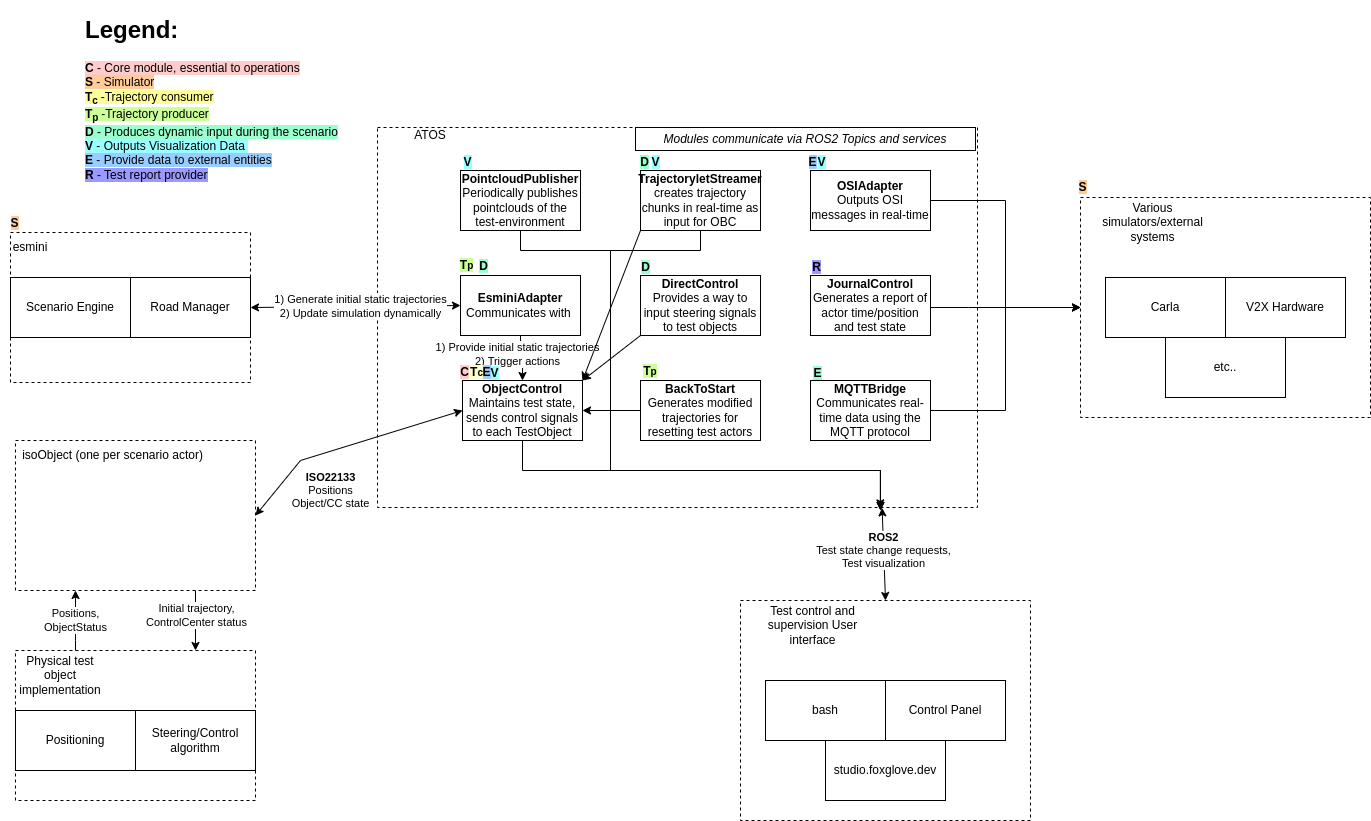
The draw.io diagram docs/ATOS_architecture.drawio.png in RI-SE/ATOS, before a commit. Source tidied: cells renumbered, new cells last; positions are measured from the earlier drawing's top-left corner, leaving out a move shared by most shapes.
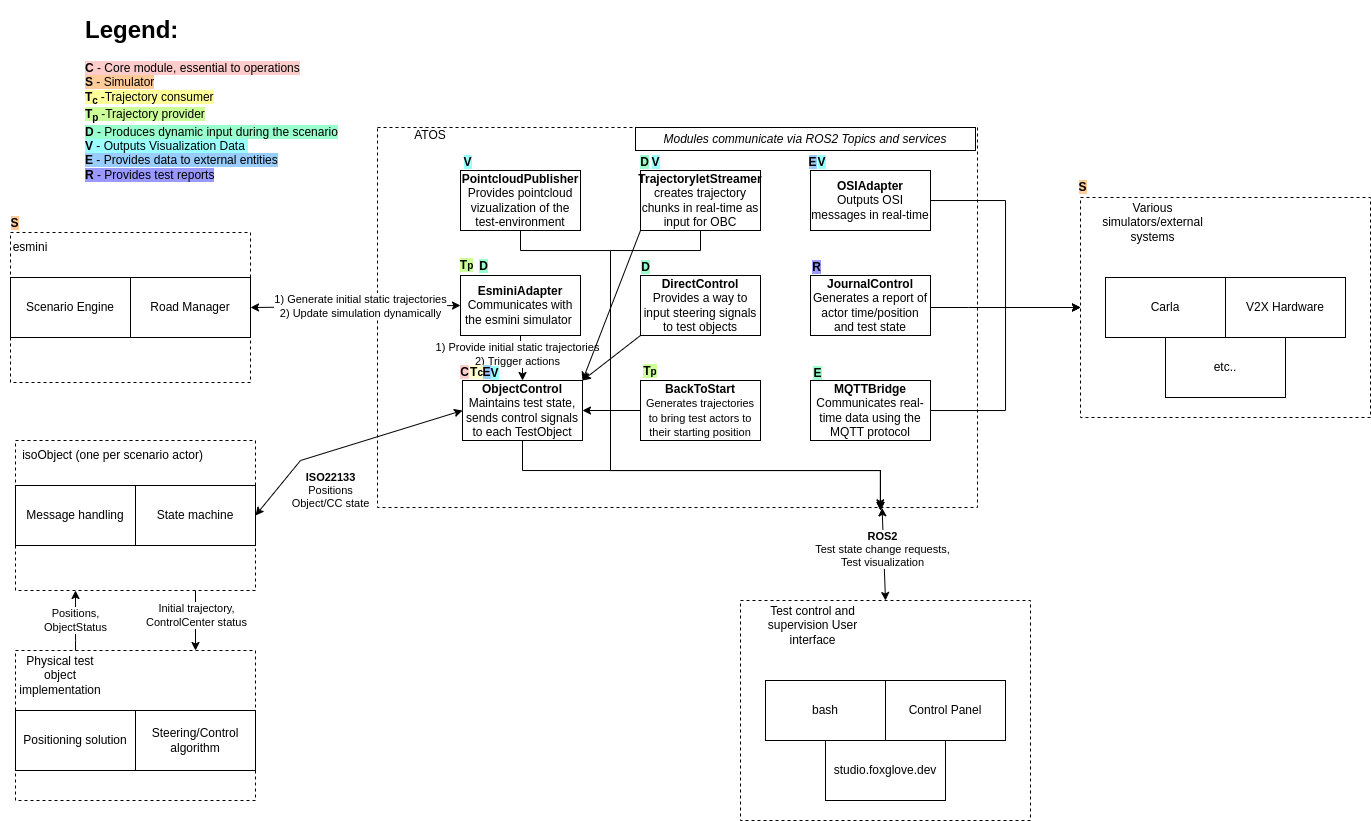
Above is the later version.

Commit message:
updated diagram according to feedback

Change to the diagram source:
```diff
@@ -2,7 +2,7 @@
   <root>
     <mxCell id="0" />
     <mxCell id="1" parent="0" />
-    <mxCell id="2" value="&lt;h1&gt;Legend:&lt;/h1&gt;&lt;div&gt;&lt;span style=&quot;background-color: rgb(255, 204, 204);&quot;&gt;&lt;b&gt;C&lt;/b&gt; - Core module, essential to operations&lt;/span&gt;&lt;/div&gt;&lt;div&gt;&lt;span style=&quot;background-color: rgb(255, 204, 153);&quot;&gt;&lt;b&gt;S&lt;/b&gt; - Simulator&lt;/span&gt;&lt;/div&gt;&lt;div&gt;&lt;span style=&quot;background-color: rgb(255, 255, 153);&quot;&gt;&lt;b&gt;T&lt;/b&gt;&lt;sub style=&quot;&quot;&gt;&lt;b&gt;c&lt;/b&gt; &lt;/sub&gt;-Trajectory consumer&lt;/span&gt;&lt;/div&gt;&lt;div&gt;&lt;span style=&quot;background-color: rgb(204, 255, 153);&quot;&gt;&lt;b&gt;T&lt;/b&gt;&lt;sub style=&quot;border-color: var(--border-color);&quot;&gt;&lt;b&gt;p&lt;/b&gt;&amp;nbsp;&lt;/sub&gt;&lt;span style=&quot;border-color: var(--border-color);&quot;&gt;-Trajectory producer&lt;/span&gt;&lt;/span&gt;&lt;/div&gt;&lt;div&gt;&lt;span style=&quot;border-color: var(--border-color); background-color: rgb(153, 255, 204);&quot;&gt;&lt;b&gt;D&lt;/b&gt; - Produces dynamic input during the scenario&lt;/span&gt;&lt;/div&gt;&lt;div&gt;&lt;span style=&quot;border-color: var(--border-color); background-color: rgb(153, 255, 255);&quot;&gt;&lt;b&gt;V&lt;/b&gt; - Outputs Visualization Data&amp;nbsp;&lt;/span&gt;&lt;/div&gt;&lt;div&gt;&lt;span style=&quot;background-color: rgb(153, 204, 255);&quot;&gt;&lt;b&gt;E&lt;/b&gt; - Provide data to external entities&lt;/span&gt;&lt;/div&gt;&lt;div&gt;&lt;span style=&quot;background-color: rgb(153, 153, 255);&quot;&gt;&lt;b style=&quot;&quot;&gt;R&lt;/b&gt;&amp;nbsp;- Test report provider&lt;/span&gt;&lt;/div&gt;" style="text;html=1;strokeColor=none;fillColor=none;spacing=5;spacingTop=-20;whiteSpace=wrap;overflow=hidden;rounded=0;" parent="1" vertex="1">
+    <mxCell id="2" value="&lt;h1&gt;Legend:&lt;/h1&gt;&lt;div&gt;&lt;span style=&quot;background-color: rgb(255, 204, 204);&quot;&gt;&lt;b&gt;C&lt;/b&gt; - Core module, essential to operations&lt;/span&gt;&lt;/div&gt;&lt;div&gt;&lt;span style=&quot;background-color: rgb(255, 204, 153);&quot;&gt;&lt;b&gt;S&lt;/b&gt; - Simulator&lt;/span&gt;&lt;/div&gt;&lt;div&gt;&lt;span style=&quot;background-color: rgb(255, 255, 153);&quot;&gt;&lt;b&gt;T&lt;/b&gt;&lt;sub style=&quot;&quot;&gt;&lt;b&gt;c&lt;/b&gt; &lt;/sub&gt;-Trajectory consumer&lt;/span&gt;&lt;/div&gt;&lt;div&gt;&lt;span style=&quot;background-color: rgb(204, 255, 153);&quot;&gt;&lt;b&gt;T&lt;/b&gt;&lt;sub style=&quot;border-color: var(--border-color);&quot;&gt;&lt;b&gt;p&lt;/b&gt;&amp;nbsp;&lt;/sub&gt;&lt;span style=&quot;border-color: var(--border-color);&quot;&gt;-Trajectory provider&lt;/span&gt;&lt;/span&gt;&lt;/div&gt;&lt;div&gt;&lt;span style=&quot;border-color: var(--border-color); background-color: rgb(153, 255, 204);&quot;&gt;&lt;b&gt;D&lt;/b&gt; - Produces dynamic input during the scenario&lt;/span&gt;&lt;/div&gt;&lt;div&gt;&lt;span style=&quot;border-color: var(--border-color); background-color: rgb(153, 255, 255);&quot;&gt;&lt;b&gt;V&lt;/b&gt; - Outputs Visualization Data&amp;nbsp;&lt;/span&gt;&lt;/div&gt;&lt;div&gt;&lt;span style=&quot;background-color: rgb(153, 204, 255);&quot;&gt;&lt;b&gt;E&lt;/b&gt; - Provides data to external entities&lt;/span&gt;&lt;/div&gt;&lt;div&gt;&lt;span style=&quot;background-color: rgb(153, 153, 255);&quot;&gt;&lt;b style=&quot;&quot;&gt;R&lt;/b&gt;&amp;nbsp;- Provides test reports&lt;/span&gt;&lt;/div&gt;" style="text;html=1;strokeColor=none;fillColor=none;spacing=5;spacingTop=-20;whiteSpace=wrap;overflow=hidden;rounded=0;" parent="1" vertex="1">
       <mxGeometry x="80" width="280" height="180" as="geometry" />
     </mxCell>
     <mxCell id="3" style="rounded=0;whiteSpace=wrap;html=1;fillColor=none;align=left;dashed=1;" parent="1" vertex="1">
@@ -64,7 +64,7 @@
     <mxCell id="18" value="1) Provide initial static trajectories&lt;br&gt;2) Trigger actions" style="edgeLabel;html=1;align=center;verticalAlign=middle;" parent="17" vertex="1">
       <mxGeometry x="-0.23" y="-3" relative="1" as="geometry" />
     </mxCell>
-    <mxCell id="19" value="&lt;b&gt;EsminiAdapter&lt;/b&gt;&lt;br&gt;Communicates with&amp;nbsp;" style="rounded=0;whiteSpace=wrap;html=1;" parent="1" vertex="1">
+    <mxCell id="19" value="&lt;b&gt;EsminiAdapter&lt;/b&gt;&lt;br&gt;Communicates with the esmini simulator&amp;nbsp;" style="rounded=0;whiteSpace=wrap;html=1;" parent="1" vertex="1">
       <mxGeometry x="460" y="265" width="120" height="60" as="geometry" />
     </mxCell>
     <mxCell id="20" style="endArrow=classic;startArrow=classic;html=1;rounded=0;entryX=0;entryY=0.5;entryDx=0;entryDy=0;exitX=1;exitY=0.5;exitDx=0;exitDy=0;" parent="1" edge="1" source="5" target="19">
@@ -90,7 +90,7 @@
     <mxCell id="26" style="edgeStyle=orthogonalEdgeStyle;rounded=0;jettySize=auto;html=1;" parent="1" edge="1" source="27" target="14">
       <mxGeometry relative="1" as="geometry" />
     </mxCell>
-    <mxCell id="27" value="&lt;b&gt;BackToStart&lt;/b&gt;&lt;br&gt;Generates modified trajectories for resetting test actors" style="rounded=0;whiteSpace=wrap;html=1;" parent="1" vertex="1">
+    <mxCell id="27" value="&lt;b&gt;BackToStart&lt;/b&gt;&lt;br&gt;&lt;font style=&quot;font-size: 11px;&quot;&gt;Generates trajectories to bring test actors to their starting position&lt;/font&gt;" style="rounded=0;whiteSpace=wrap;html=1;" parent="1" vertex="1">
       <mxGeometry x="640" y="370" width="120" height="60" as="geometry" />
     </mxCell>
     <mxCell id="28" value="&lt;span style=&quot;background-color: rgb(204, 255, 153);&quot;&gt;&lt;b&gt;T&lt;span style=&quot;font-size: 10px;&quot;&gt;p&lt;/span&gt;&lt;/b&gt;&lt;/span&gt;" style="text;html=1;strokeColor=none;fillColor=none;align=center;verticalAlign=middle;whiteSpace=wrap;rounded=0;" parent="1" vertex="1">
@@ -112,7 +112,7 @@
     <mxCell id="31" style="rounded=0;whiteSpace=wrap;html=1;dashed=1;gradientColor=default;fillColor=none;" parent="1" vertex="1">
       <mxGeometry x="15" y="640" width="240" height="150" as="geometry" />
     </mxCell>
-    <mxCell id="32" value="Positioning" style="rounded=0;whiteSpace=wrap;html=1;" parent="1" vertex="1">
+    <mxCell id="32" value="Positioning solution" style="rounded=0;whiteSpace=wrap;html=1;" parent="1" vertex="1">
       <mxGeometry x="15" y="700" width="120" height="60" as="geometry" />
     </mxCell>
     <mxCell id="33" value="Physical test object implementation" style="text;html=1;strokeColor=none;fillColor=none;align=center;verticalAlign=middle;whiteSpace=wrap;rounded=0;" parent="1" vertex="1">
@@ -193,7 +193,7 @@
         </Array>
       </mxGeometry>
     </mxCell>
-    <mxCell id="52" value="&lt;b&gt;PointcloudPublisher&lt;/b&gt;&lt;br&gt;Periodically publishes pointclouds of the test-environment" style="rounded=0;whiteSpace=wrap;html=1;" parent="1" vertex="1">
+    <mxCell id="52" value="&lt;b&gt;PointcloudPublisher&lt;/b&gt;&lt;br&gt;Provides pointcloud vizualization of the test-environment" style="rounded=0;whiteSpace=wrap;html=1;" parent="1" vertex="1">
       <mxGeometry x="460" y="160" width="120" height="60" as="geometry" />
     </mxCell>
     <mxCell id="53" value="&lt;span style=&quot;background-color: rgb(153, 255, 204);&quot;&gt;&lt;b&gt;D&lt;/b&gt;&lt;/span&gt;" style="text;html=1;strokeColor=none;fillColor=none;align=center;verticalAlign=middle;whiteSpace=wrap;rounded=0;" parent="1" vertex="1">
@@ -258,5 +258,11 @@
     <mxCell id="72" style="endArrow=classic;html=1;rounded=0;entryX=1;entryY=0;entryDx=0;entryDy=0;exitX=0;exitY=1;exitDx=0;exitDy=0;" parent="1" edge="1" source="50" target="14">
       <mxGeometry relative="1" as="geometry" />
     </mxCell>
+    <mxCell id="73" value="Message handling" style="rounded=0;whiteSpace=wrap;html=1;" parent="1" vertex="1">
+      <mxGeometry x="15" y="475" width="120" height="60" as="geometry" />
+    </mxCell>
+    <mxCell id="74" value="State machine" style="rounded=0;whiteSpace=wrap;html=1;" parent="1" vertex="1">
+      <mxGeometry x="135" y="475" width="120" height="60" as="geometry" />
+    </mxCell>
   </root>
 </mxGraphModel>
```
